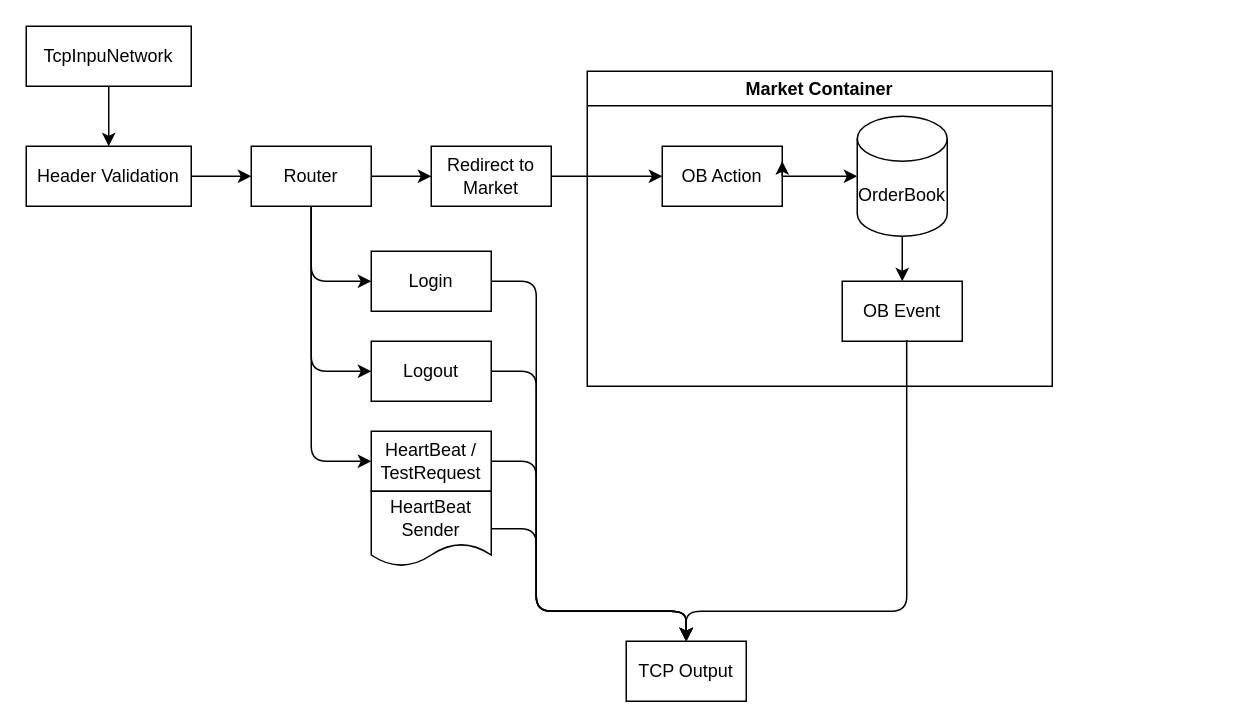
Earlier version of the draw.io diagram page "Server Archi" (2 of 3) of schema.drawio (DipStax/FIX4.2-protocol). Source tidied: cells renumbered, new cells numbered last; positions are measured from the earlier drawing's top-left corner, leaving out a move shared by most shapes. Both pictures are drawn from the tidied source at 150%, with x=0, y=0 at pixel (26, 26).
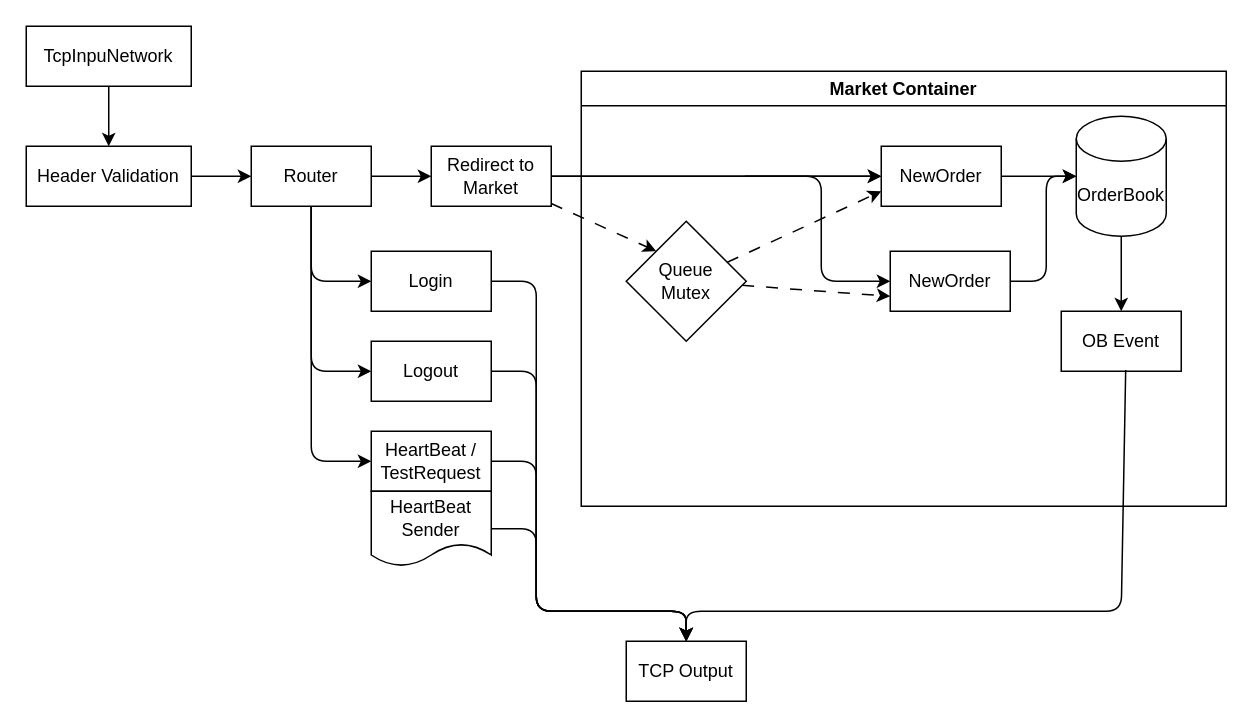
The same diagram, later.

Unchanged cells that the change refers to:
```xml
<mxCell id="30" value="Redirect to Market" style="rounded=0;whiteSpace=wrap;html=1;" parent="1" vertex="1">
  <mxGeometry x="270" y="80" width="80" height="40" as="geometry" />
</mxCell>
```

Diff of the diagram source:
```diff
@@
     <mxCell id="17" value="Market Container" style="swimlane;whiteSpace=wrap;html=1;" parent="1" vertex="1">
-      <mxGeometry x="374" y="30" width="310" height="210" as="geometry" />
+      <mxGeometry x="370" y="30" width="430" height="290" as="geometry" />
     </mxCell>
@@
     <mxCell id="19" value="OB Event" style="rounded=0;whiteSpace=wrap;html=1;" parent="17" vertex="1">
-      <mxGeometry x="170" y="140" width="80" height="40" as="geometry" />
+      <mxGeometry x="320" y="160" width="80" height="40" as="geometry" />
     </mxCell>
@@
     <mxCell id="21" value="OrderBook" style="shape=cylinder3;whiteSpace=wrap;html=1;boundedLbl=1;backgroundOutline=1;size=15;" parent="17" vertex="1">
-      <mxGeometry x="180" y="30" width="60" height="80" as="geometry" />
+      <mxGeometry x="330" y="30" width="60" height="80" as="geometry" />
     </mxCell>
-    <mxCell id="22" value="OB Action" style="rounded=0;whiteSpace=wrap;html=1;" parent="17" vertex="1">
-      <mxGeometry x="50" y="50" width="80" height="40" as="geometry" />
+    <mxCell id="22" value="NewOrder" style="rounded=0;whiteSpace=wrap;html=1;" parent="17" vertex="1">
+      <mxGeometry x="200" y="50" width="80" height="40" as="geometry" />
     </mxCell>
-    <mxCell id="23" style="edgeStyle=none;html=1;exitX=1;exitY=0.5;exitDx=0;exitDy=0;entryX=1;entryY=0.25;entryDx=0;entryDy=0;" parent="17" edge="1" source="22" target="22">
-      <mxGeometry relative="1" as="geometry" />
-    </mxCell>
@@
+    <mxCell id="31" value="NewOrder" style="rounded=0;whiteSpace=wrap;html=1;" parent="17" vertex="1">
+      <mxGeometry x="206" y="120" width="80" height="40" as="geometry" />
+    </mxCell>
+    <mxCell id="32" style="edgeStyle=none;html=1;entryX=0;entryY=0.75;entryDx=0;entryDy=0;dashed=1;dashPattern=8 8;" parent="17" edge="1" source="34" target="31">
+      <mxGeometry relative="1" as="geometry" />
+    </mxCell>
+    <mxCell id="33" style="edgeStyle=none;html=1;entryX=0;entryY=0.75;entryDx=0;entryDy=0;dashed=1;dashPattern=8 8;" parent="17" edge="1" source="34" target="22">
+      <mxGeometry relative="1" as="geometry" />
+    </mxCell>
+    <mxCell id="34" value="Queue&lt;div&gt;Mutex&lt;/div&gt;" style="rhombus;whiteSpace=wrap;html=1;" parent="17" vertex="1">
+      <mxGeometry x="30" y="100" width="80" height="80" as="geometry" />
+    </mxCell>
+    <mxCell id="35" style="edgeStyle=none;html=1;entryX=0;entryY=0.5;entryDx=0;entryDy=0;entryPerimeter=0;" parent="17" edge="1" source="31" target="21">
+      <mxGeometry relative="1" as="geometry">
+        <Array as="points">
+          <mxPoint x="310" y="140" />
+          <mxPoint x="310" y="70" />
+        </Array>
+      </mxGeometry>
+    </mxCell>
@@
     <mxCell id="26" style="edgeStyle=none;html=1;exitX=0.537;exitY=0.98;exitDx=0;exitDy=0;exitPerimeter=0;" parent="1" edge="1" source="19">
       <mxGeometry relative="1" as="geometry">
         <mxPoint x="440" y="410" as="targetPoint" />
         <Array as="points">
-          <mxPoint x="587" y="390" />
+          <mxPoint x="730" y="390" />
           <mxPoint x="440" y="390" />
         </Array>
       </mxGeometry>
     </mxCell>
@@
+    <mxCell id="36" style="edgeStyle=none;html=1;entryX=0;entryY=0.5;entryDx=0;entryDy=0;" parent="1" edge="1" source="30" target="31">
+      <mxGeometry relative="1" as="geometry">
+        <Array as="points">
+          <mxPoint x="400" y="100" />
+          <mxPoint x="530" y="100" />
+          <mxPoint x="530" y="170" />
+        </Array>
+      </mxGeometry>
+    </mxCell>
+    <mxCell id="37" style="edgeStyle=none;html=1;entryX=0;entryY=0;entryDx=0;entryDy=0;dashed=1;dashPattern=8 8;" parent="1" edge="1" source="30" target="34">
+      <mxGeometry relative="1" as="geometry" />
+    </mxCell>
```
